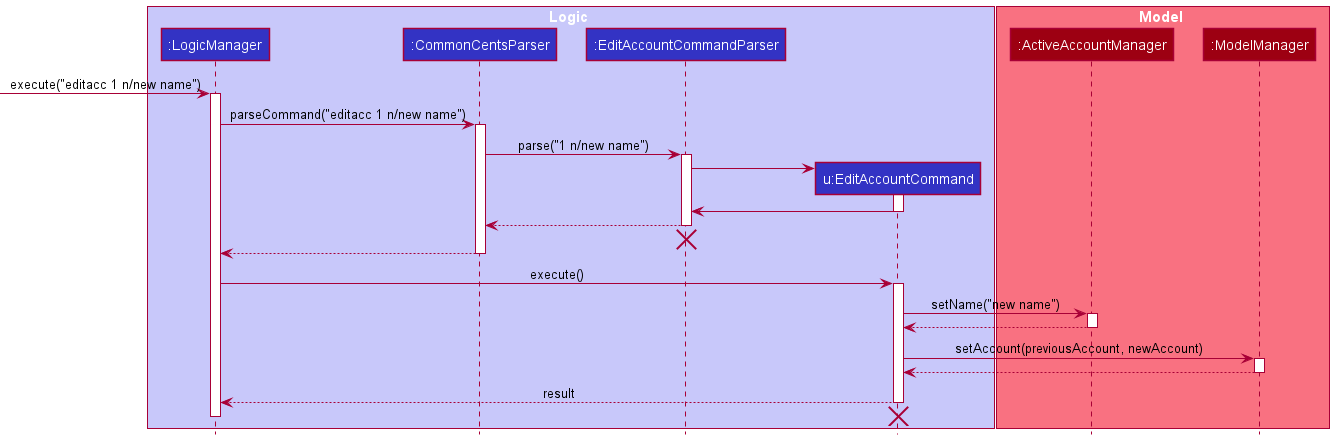
Before: docs/images/EditAccountSequenceDiagram.png, a diagram exported from PlantUML (nus-cs2103-AY2021S1/tp).
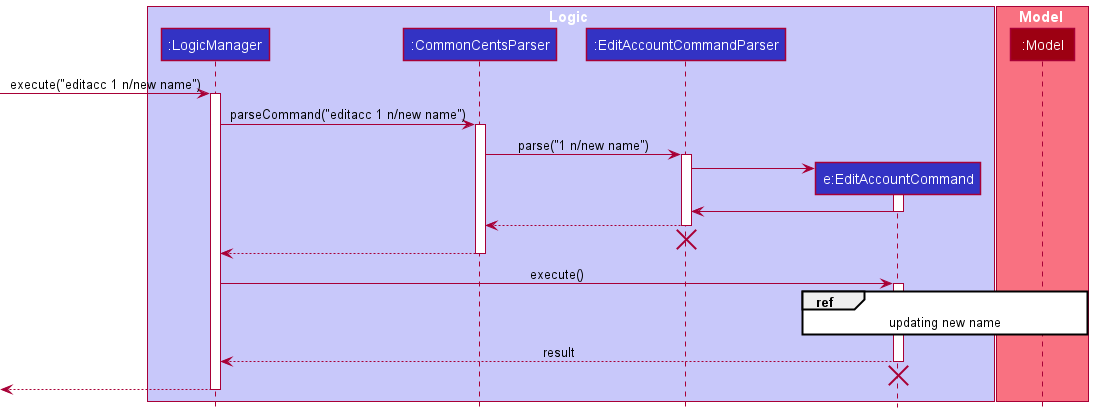
The same file after the commit.

The edit, as a diff of the source:
```diff
@@ -5,13 +5,12 @@
 participant ":LogicManager" as LogicManager LOGIC_COLOR
 participant ":CommonCentsParser" as CommonCentsParser LOGIC_COLOR
 participant ":EditAccountCommandParser" as EditAccountCommandParser LOGIC_COLOR
-participant "u:EditAccountCommand" as EditAccountCommand LOGIC_COLOR
+participant "e:EditAccountCommand" as EditAccountCommand LOGIC_COLOR
 end box
 
 
 box Model MODEL_COLOR_T1
-participant ":ActiveAccountManager" as ActiveAccount MODEL_COLOR
-participant ":ModelManager" as Model MODEL_COLOR
+participant ":Model" as Model MODEL_COLOR
 end box
 
 [-> LogicManager : execute("editacc 1 n/new name")
@@ -41,22 +40,14 @@
 LogicManager -> EditAccountCommand: execute()
 activate EditAccountCommand
 
-EditAccountCommand -> ActiveAccount: setName("new name")
-activate ActiveAccount
 
-ActiveAccount --> EditAccountCommand
-deactivate ActiveAccount
-
-EditAccountCommand -> Model: setAccount(previousAccount, newAccount)
-activate Model
-
-Model --> EditAccountCommand
-deactivate Model
+ref over EditAccountCommand, Model: updating new name
 
 EditAccountCommand --> LogicManager : result
 deactivate EditAccountCommand
 EditAccountCommand -[hidden]-> LogicManager
 destroy EditAccountCommand
 
+[<--LogicManager
 deactivate LogicManager
 @enduml
```
